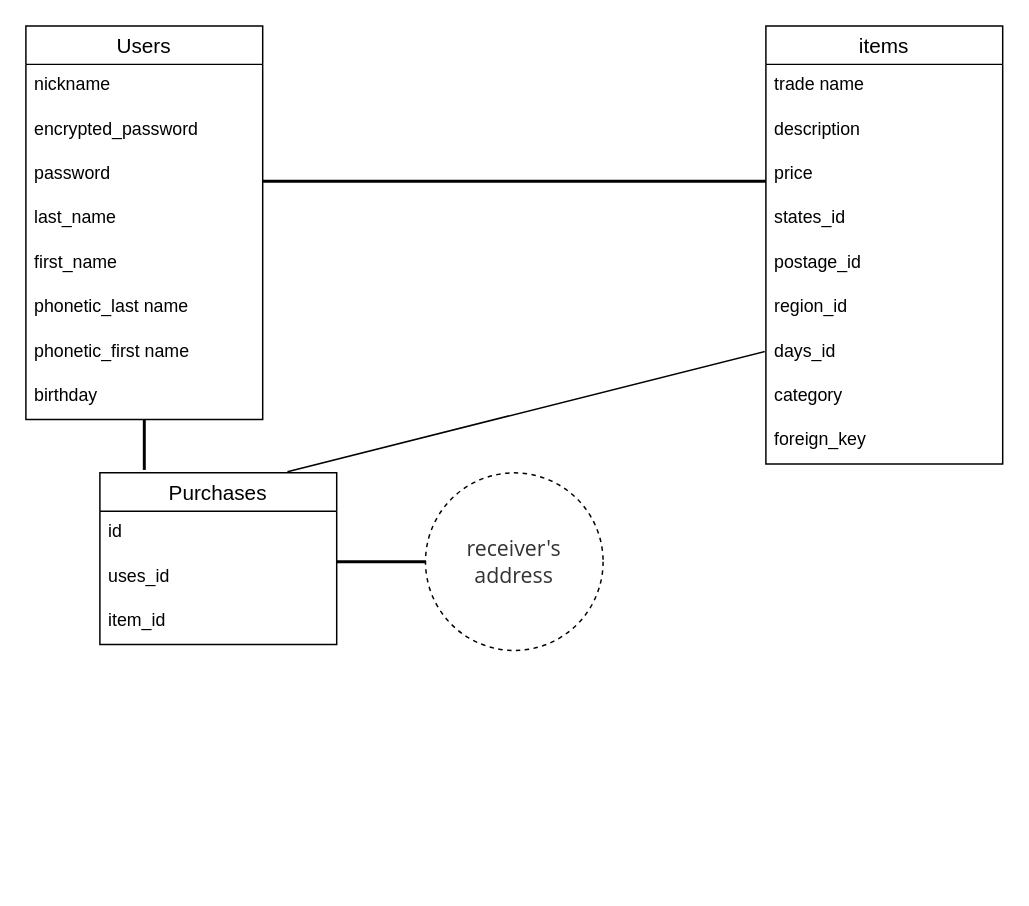
The draw.io diagram ER.dio in dayan73/furima-39820, before the edit. Source tidied: cells renumbered, new cells numbered last; positions are measured from the earlier drawing's top-left corner, leaving out a move shared by most shapes. Both pictures are drawn from the tidied source at 148%, with x=0, y=0 at pixel (25, 25).
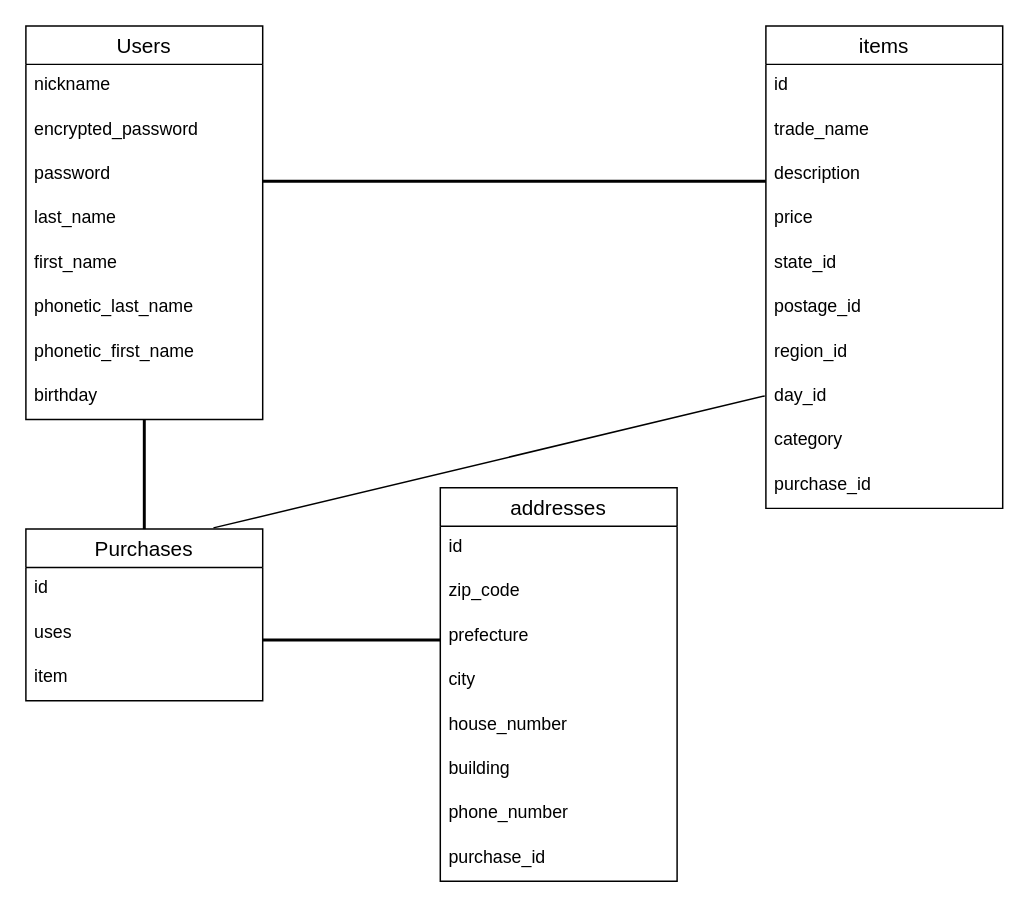
After the change.

Unchanged cells that the change refers to:
```xml
<mxCell id="2" value="Users" style="swimlane;fontStyle=0;horizontal=1;startSize=26;align=center;fontSize=14;" parent="1" vertex="1">
  <mxGeometry width="160" height="266" as="geometry" />
</mxCell>
```

What changed in the source:
```diff
@@
-    <mxCell id="8" value="phonetic_last name" style="text;strokeColor=none;fillColor=none;spacingLeft=4;spacingRight=4;overflow=hidden;fontSize=12;" parent="2" vertex="1">
+    <mxCell id="8" value="phonetic_last_name" style="text;strokeColor=none;fillColor=none;spacingLeft=4;spacingRight=4;overflow=hidden;fontSize=12;" parent="2" vertex="1">
       <mxGeometry y="176" width="160" height="30" as="geometry" />
     </mxCell>
-    <mxCell id="9" value="phonetic_first name" style="text;strokeColor=none;fillColor=none;spacingLeft=4;spacingRight=4;overflow=hidden;fontSize=12;" parent="2" vertex="1">
+    <mxCell id="9" value="phonetic_first_name" style="text;strokeColor=none;fillColor=none;spacingLeft=4;spacingRight=4;overflow=hidden;fontSize=12;" parent="2" vertex="1">
       <mxGeometry y="206" width="160" height="30" as="geometry" />
     </mxCell>
@@
     <mxCell id="11" value="items" style="swimlane;fontStyle=0;horizontal=1;startSize=26;align=center;fontSize=14;" parent="1" vertex="1">
-      <mxGeometry x="500" width="160" height="296" as="geometry" />
+      <mxGeometry x="500" width="160" height="326" as="geometry" />
     </mxCell>
+    <mxCell id="30" value="id" style="text;strokeColor=none;fillColor=none;spacingLeft=4;spacingRight=4;overflow=hidden;fontSize=12;" parent="11" vertex="1">
+      <mxGeometry y="26" width="160" height="30" as="geometry" />
+    </mxCell>
-    <mxCell id="12" value="trade name " style="text;strokeColor=none;fillColor=none;spacingLeft=4;spacingRight=4;overflow=hidden;fontSize=12;" parent="11" vertex="1">
-      <mxGeometry y="26" width="160" height="30" as="geometry" />
+    <mxCell id="12" value="trade_name " style="text;strokeColor=none;fillColor=none;spacingLeft=4;spacingRight=4;overflow=hidden;fontSize=12;" parent="11" vertex="1">
+      <mxGeometry y="56" width="160" height="30" as="geometry" />
     </mxCell>
     <mxCell id="13" value="description" style="text;strokeColor=none;fillColor=none;spacingLeft=4;spacingRight=4;overflow=hidden;fontSize=12;" parent="11" vertex="1">
-      <mxGeometry y="56" width="160" height="30" as="geometry" />
+      <mxGeometry y="86" width="160" height="30" as="geometry" />
     </mxCell>
     <mxCell id="14" value="price" style="text;strokeColor=none;fillColor=none;spacingLeft=4;spacingRight=4;overflow=hidden;fontSize=12;" parent="11" vertex="1">
-      <mxGeometry y="86" width="160" height="30" as="geometry" />
+      <mxGeometry y="116" width="160" height="30" as="geometry" />
     </mxCell>
-    <mxCell id="15" value="states_id" style="text;strokeColor=none;fillColor=none;spacingLeft=4;spacingRight=4;overflow=hidden;fontSize=12;" parent="11" vertex="1">
-      <mxGeometry y="116" width="160" height="30" as="geometry" />
+    <mxCell id="15" value="state_id" style="text;strokeColor=none;fillColor=none;spacingLeft=4;spacingRight=4;overflow=hidden;fontSize=12;" parent="11" vertex="1">
+      <mxGeometry y="146" width="160" height="30" as="geometry" />
     </mxCell>
     <mxCell id="16" value="postage_id" style="text;strokeColor=none;fillColor=none;spacingLeft=4;spacingRight=4;overflow=hidden;fontSize=12;" parent="11" vertex="1">
-      <mxGeometry y="146" width="160" height="30" as="geometry" />
+      <mxGeometry y="176" width="160" height="30" as="geometry" />
     </mxCell>
     <mxCell id="17" value="region_id" style="text;strokeColor=none;fillColor=none;spacingLeft=4;spacingRight=4;overflow=hidden;fontSize=12;" parent="11" vertex="1">
-      <mxGeometry y="176" width="160" height="30" as="geometry" />
+      <mxGeometry y="206" width="160" height="30" as="geometry" />
     </mxCell>
-    <mxCell id="18" value="days_id            " style="text;strokeColor=none;fillColor=none;spacingLeft=4;spacingRight=4;overflow=hidden;points=[[0,0.5],[1,0.5]];portConstraint=eastwest;fontSize=12;" parent="11" vertex="1">
-      <mxGeometry y="206" width="160" height="30" as="geometry" />
+    <mxCell id="18" value="day_id            " style="text;strokeColor=none;fillColor=none;spacingLeft=4;spacingRight=4;overflow=hidden;points=[[0,0.5],[1,0.5]];portConstraint=eastwest;fontSize=12;" parent="11" vertex="1">
+      <mxGeometry y="236" width="160" height="30" as="geometry" />
     </mxCell>
     <mxCell id="19" value="category           " style="text;strokeColor=none;fillColor=none;spacingLeft=4;spacingRight=4;overflow=hidden;fontSize=12;" parent="11" vertex="1">
-      <mxGeometry y="236" width="160" height="30" as="geometry" />
+      <mxGeometry y="266" width="160" height="30" as="geometry" />
     </mxCell>
-    <mxCell id="20" value="foreign_key" style="text;strokeColor=none;fillColor=none;spacingLeft=4;spacingRight=4;overflow=hidden;fontSize=12;" parent="11" vertex="1">
-      <mxGeometry y="266" width="160" height="30" as="geometry" />
+    <mxCell id="20" value="purchase_id" style="text;strokeColor=none;fillColor=none;spacingLeft=4;spacingRight=4;overflow=hidden;fontSize=12;" parent="11" vertex="1">
+      <mxGeometry y="296" width="160" height="30" as="geometry" />
     </mxCell>
     <mxCell id="21" value="Purchases" style="swimlane;fontStyle=0;horizontal=1;startSize=26;align=center;fontSize=14;" parent="1" vertex="1">
-      <mxGeometry x="50" y="302" width="160" height="116" as="geometry" />
+      <mxGeometry y="340" width="160" height="116" as="geometry" />
     </mxCell>
@@
-    <mxCell id="23" value="uses_id" style="text;strokeColor=none;fillColor=none;spacingLeft=4;spacingRight=4;overflow=hidden;fontSize=12;" parent="21" vertex="1">
+    <mxCell id="23" value="uses" style="text;strokeColor=none;fillColor=none;spacingLeft=4;spacingRight=4;overflow=hidden;fontSize=12;" parent="21" vertex="1">
       <mxGeometry y="56" width="160" height="30" as="geometry" />
     </mxCell>
-    <mxCell id="24" value="item_id" style="text;strokeColor=none;fillColor=none;spacingLeft=4;spacingRight=4;overflow=hidden;fontSize=12;" parent="21" vertex="1">
+    <mxCell id="24" value="item" style="text;strokeColor=none;fillColor=none;spacingLeft=4;spacingRight=4;overflow=hidden;fontSize=12;" parent="21" vertex="1">
       <mxGeometry y="86" width="160" height="30" as="geometry" />
     </mxCell>
-    <mxCell id="25" value="&lt;span style=&quot;color: rgb(51, 51, 51); font-family: &amp;quot;Open Sans&amp;quot;, &amp;quot;Eikaiwa Icons&amp;quot;, &amp;quot;Noto Sans JP&amp;quot;, &amp;quot;ヒラギノ角ゴ ProN&amp;quot;, &amp;quot;Hiragino Kaku Gothic ProN&amp;quot;, メイリオ, Meiryo, sans-serif; font-size: 14.4px; text-align: start; background-color: rgb(255, 255, 255);&quot;&gt;receiver's address&lt;/span&gt;" style="ellipse;whiteSpace=wrap;html=1;align=center;dashed=1;" parent="1" vertex="1">
-      <mxGeometry x="270" y="302" width="120" height="120" as="geometry" />
-    </mxCell>
@@
     <mxCell id="27" style="line;strokeWidth=2;html=1;" parent="1" vertex="1">
-      <mxGeometry x="210" y="357" width="60" height="10" as="geometry" />
+      <mxGeometry x="160" y="410" width="120" height="10" as="geometry" />
     </mxCell>
@@
     <mxCell id="29" style="line;strokeWidth=2;direction=south;html=1;" parent="1" vertex="1">
-      <mxGeometry x="75" y="266" width="10" height="34" as="geometry" />
+      <mxGeometry x="75" y="266" width="10" height="74" as="geometry" />
     </mxCell>
+    <mxCell id="31" value="addresses" style="swimlane;fontStyle=0;horizontal=1;startSize=26;align=center;fontSize=14;" parent="1" vertex="1">
+      <mxGeometry x="280" y="312" width="160" height="266" as="geometry" />
+    </mxCell>
+    <mxCell id="32" value="id" style="text;strokeColor=none;fillColor=none;spacingLeft=4;spacingRight=4;overflow=hidden;fontSize=12;" parent="31" vertex="1">
+      <mxGeometry y="26" width="160" height="30" as="geometry" />
+    </mxCell>
+    <mxCell id="33" value="zip_code" style="text;strokeColor=none;fillColor=none;spacingLeft=4;spacingRight=4;overflow=hidden;fontSize=12;" parent="31" vertex="1">
+      <mxGeometry y="56" width="160" height="30" as="geometry" />
+    </mxCell>
+    <mxCell id="34" value="prefecture" style="text;strokeColor=none;fillColor=none;spacingLeft=4;spacingRight=4;overflow=hidden;fontSize=12;" parent="31" vertex="1">
+      <mxGeometry y="86" width="160" height="30" as="geometry" />
+    </mxCell>
+    <mxCell id="35" value="city&#10;" style="text;strokeColor=none;fillColor=none;spacingLeft=4;spacingRight=4;overflow=hidden;fontSize=12;" parent="31" vertex="1">
+      <mxGeometry y="116" width="160" height="30" as="geometry" />
+    </mxCell>
+    <mxCell id="36" value="house_number" style="text;strokeColor=none;fillColor=none;spacingLeft=4;spacingRight=4;overflow=hidden;fontSize=12;" parent="31" vertex="1">
+      <mxGeometry y="146" width="160" height="30" as="geometry" />
+    </mxCell>
+    <mxCell id="37" value="building" style="text;strokeColor=none;fillColor=none;spacingLeft=4;spacingRight=4;overflow=hidden;fontSize=12;" parent="31" vertex="1">
+      <mxGeometry y="176" width="160" height="30" as="geometry" />
+    </mxCell>
+    <mxCell id="38" value="phone_number" style="text;strokeColor=none;fillColor=none;spacingLeft=4;spacingRight=4;overflow=hidden;fontSize=12;" parent="31" vertex="1">
+      <mxGeometry y="206" width="160" height="30" as="geometry" />
+    </mxCell>
+    <mxCell id="39" value="purchase_id" style="text;strokeColor=none;fillColor=none;spacingLeft=4;spacingRight=4;overflow=hidden;fontSize=12;" parent="31" vertex="1">
+      <mxGeometry y="236" width="160" height="30" as="geometry" />
+    </mxCell>
```
